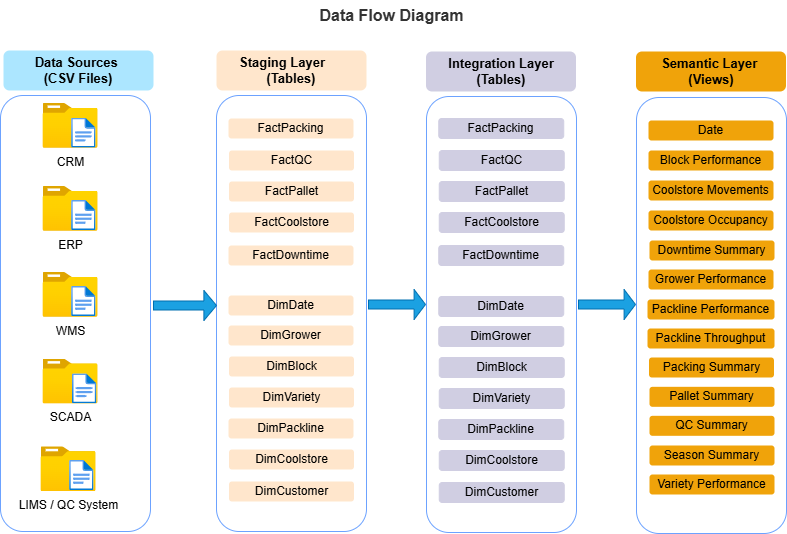
gurung-p/kiwifruit-packhouse-data-warehouse-analytics keeps this draw.io diagram as docs/packhouse-dw-data-flow-diagram.png. Above is the earlier version. Source tidied: cells renumbered, new cells last; positions are measured from the earlier drawing's top-left corner, leaving out a move shared by most shapes.
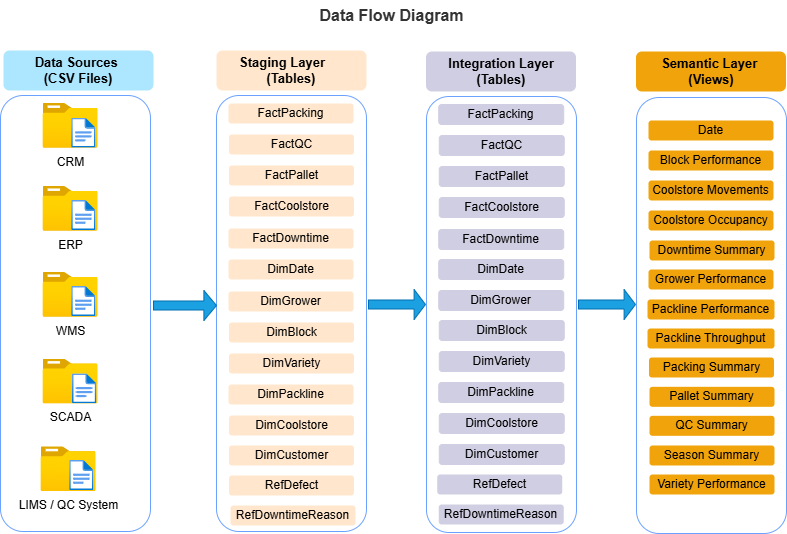
Above is the later version.

What changed in the source:
```diff
@@ -15,22 +15,22 @@
       <mxGeometry x="216" y="50" width="150" height="40" as="geometry" />
     </mxCell>
     <mxCell id="6" value="FactCoolstore" style="rounded=1;whiteSpace=wrap;html=1;fillColor=#ffe6cc;strokeColor=none;" parent="1" vertex="1">
-      <mxGeometry x="228.5" y="212" width="125" height="20" as="geometry" />
+      <mxGeometry x="228.5" y="196" width="125" height="20" as="geometry" />
     </mxCell>
     <mxCell id="7" value="FactDowntime" style="rounded=1;whiteSpace=wrap;html=1;fillColor=#ffe6cc;strokeColor=none;" parent="1" vertex="1">
-      <mxGeometry x="228" y="245" width="125" height="20" as="geometry" />
+      <mxGeometry x="228" y="228" width="125" height="20" as="geometry" />
     </mxCell>
     <mxCell id="8" value="FactPacking" style="rounded=1;whiteSpace=wrap;html=1;fillColor=#ffe6cc;strokeColor=none;" parent="1" vertex="1">
-      <mxGeometry x="228" y="118" width="125" height="20" as="geometry" />
+      <mxGeometry x="228" y="103" width="125" height="20" as="geometry" />
     </mxCell>
     <mxCell id="9" value="DimDate" style="rounded=1;whiteSpace=wrap;html=1;fillColor=#ffe6cc;strokeColor=none;" parent="1" vertex="1">
-      <mxGeometry x="228" y="295" width="125" height="20" as="geometry" />
+      <mxGeometry x="228" y="259" width="125" height="20" as="geometry" />
     </mxCell>
     <mxCell id="10" value="DimGrower" style="rounded=1;whiteSpace=wrap;html=1;fillColor=#ffe6cc;strokeColor=none;" parent="1" vertex="1">
-      <mxGeometry x="228" y="325" width="125" height="20" as="geometry" />
+      <mxGeometry x="228" y="291" width="125" height="20" as="geometry" />
     </mxCell>
     <mxCell id="11" value="DimVariety" style="rounded=1;whiteSpace=wrap;html=1;fillColor=#ffe6cc;strokeColor=none;" parent="1" vertex="1">
-      <mxGeometry x="228.5" y="387" width="125" height="20" as="geometry" />
+      <mxGeometry x="228.5" y="353" width="125" height="20" as="geometry" />
     </mxCell>
     <mxCell id="12" value="&lt;span style=&quot;font-size: 13px;&quot;&gt;Integration Layer (Tables)&lt;/span&gt;" style="rounded=1;whiteSpace=wrap;html=1;fontStyle=1;fillColor=#d0cee2;strokeColor=none;" parent="1" vertex="1">
       <mxGeometry x="425.5" y="51" width="150" height="40" as="geometry" />
@@ -84,61 +84,61 @@
       <mxGeometry x="3" y="50" width="150" height="40" as="geometry" />
     </mxCell>
     <mxCell id="29" value="FactPallet" style="rounded=1;whiteSpace=wrap;html=1;fillColor=#ffe6cc;strokeColor=none;" parent="1" vertex="1">
-      <mxGeometry x="228.5" y="181" width="125" height="20" as="geometry" />
+      <mxGeometry x="228.5" y="165" width="125" height="20" as="geometry" />
     </mxCell>
     <mxCell id="30" value="FactQC" style="rounded=1;whiteSpace=wrap;html=1;fillColor=#ffe6cc;strokeColor=none;" parent="1" vertex="1">
-      <mxGeometry x="228.5" y="150" width="125" height="20" as="geometry" />
+      <mxGeometry x="228.5" y="134" width="125" height="20" as="geometry" />
     </mxCell>
     <mxCell id="31" value="DimBlock" style="rounded=1;whiteSpace=wrap;html=1;fillColor=#ffe6cc;strokeColor=none;" parent="1" vertex="1">
-      <mxGeometry x="228.5" y="356" width="125" height="20" as="geometry" />
+      <mxGeometry x="228.5" y="322" width="125" height="20" as="geometry" />
     </mxCell>
     <mxCell id="32" style="edgeStyle=orthogonalEdgeStyle;rounded=0;orthogonalLoop=1;jettySize=auto;html=1;exitX=0.5;exitY=1;exitDx=0;exitDy=0;" parent="1" edge="1" source="31" target="31">
       <mxGeometry relative="1" as="geometry" />
     </mxCell>
     <mxCell id="33" value="DimPackline" style="rounded=1;whiteSpace=wrap;html=1;fillColor=#ffe6cc;strokeColor=none;" parent="1" vertex="1">
-      <mxGeometry x="228" y="418" width="125" height="20" as="geometry" />
+      <mxGeometry x="228" y="384" width="125" height="20" as="geometry" />
     </mxCell>
     <mxCell id="34" value="DimCoolstore" style="rounded=1;whiteSpace=wrap;html=1;fillColor=#ffe6cc;strokeColor=none;" parent="1" vertex="1">
-      <mxGeometry x="228.5" y="449" width="125" height="20" as="geometry" />
+      <mxGeometry x="228.5" y="415" width="125" height="20" as="geometry" />
     </mxCell>
     <mxCell id="35" value="DimCustomer" style="rounded=1;whiteSpace=wrap;html=1;fillColor=#ffe6cc;strokeColor=none;" parent="1" vertex="1">
-      <mxGeometry x="228.5" y="481" width="125" height="20" as="geometry" />
+      <mxGeometry x="228.5" y="445" width="125" height="20" as="geometry" />
     </mxCell>
     <mxCell id="36" value="FactCoolstore" style="rounded=1;whiteSpace=wrap;html=1;fillColor=#D0CEE2;strokeColor=#D0CEE2;" parent="1" vertex="1">
-      <mxGeometry x="438.8" y="212" width="125" height="20" as="geometry" />
+      <mxGeometry x="438.8" y="197" width="125" height="20" as="geometry" />
     </mxCell>
     <mxCell id="37" value="FactDowntime" style="rounded=1;whiteSpace=wrap;html=1;fillColor=#D0CEE2;strokeColor=#D0CEE2;" parent="1" vertex="1">
-      <mxGeometry x="438.2" y="245" width="125" height="20" as="geometry" />
+      <mxGeometry x="438.2" y="229" width="125" height="20" as="geometry" />
     </mxCell>
     <mxCell id="38" value="FactPacking" style="rounded=1;whiteSpace=wrap;html=1;fillColor=#D0CEE2;strokeColor=#D0CEE2;" parent="1" vertex="1">
-      <mxGeometry x="438.2" y="118" width="125" height="20" as="geometry" />
+      <mxGeometry x="438.2" y="104" width="125" height="20" as="geometry" />
     </mxCell>
     <mxCell id="39" value="DimDate" style="rounded=1;whiteSpace=wrap;html=1;fillColor=#D0CEE2;strokeColor=#D0CEE2;" parent="1" vertex="1">
-      <mxGeometry x="438.2" y="296" width="125" height="20" as="geometry" />
+      <mxGeometry x="438.2" y="259" width="125" height="20" as="geometry" />
     </mxCell>
     <mxCell id="40" value="DimGrower" style="rounded=1;whiteSpace=wrap;html=1;fillColor=#D0CEE2;strokeColor=#D0CEE2;" parent="1" vertex="1">
-      <mxGeometry x="438.2" y="326" width="125" height="20" as="geometry" />
+      <mxGeometry x="438.2" y="290" width="125" height="20" as="geometry" />
     </mxCell>
     <mxCell id="41" value="DimVariety" style="rounded=1;whiteSpace=wrap;html=1;fillColor=#D0CEE2;strokeColor=#D0CEE2;" parent="1" vertex="1">
-      <mxGeometry x="438.8" y="388" width="125" height="20" as="geometry" />
+      <mxGeometry x="438.8" y="351" width="125" height="20" as="geometry" />
     </mxCell>
     <mxCell id="42" value="FactPallet" style="rounded=1;whiteSpace=wrap;html=1;fillColor=#D0CEE2;strokeColor=#D0CEE2;" parent="1" vertex="1">
-      <mxGeometry x="438.8" y="181" width="125" height="20" as="geometry" />
+      <mxGeometry x="438.8" y="166" width="125" height="20" as="geometry" />
     </mxCell>
     <mxCell id="43" value="FactQC" style="rounded=1;whiteSpace=wrap;html=1;fillColor=#D0CEE2;strokeColor=#D0CEE2;" parent="1" vertex="1">
-      <mxGeometry x="438.8" y="150" width="125" height="20" as="geometry" />
+      <mxGeometry x="438.8" y="135" width="125" height="20" as="geometry" />
     </mxCell>
     <mxCell id="44" value="DimBlock" style="rounded=1;whiteSpace=wrap;html=1;fillColor=#D0CEE2;strokeColor=#D0CEE2;" parent="1" vertex="1">
-      <mxGeometry x="438.8" y="357" width="125" height="20" as="geometry" />
+      <mxGeometry x="438.8" y="320" width="125" height="20" as="geometry" />
     </mxCell>
     <mxCell id="45" value="DimPackline" style="rounded=1;whiteSpace=wrap;html=1;fillColor=#D0CEE2;strokeColor=#D0CEE2;" parent="1" vertex="1">
-      <mxGeometry x="438.2" y="419" width="125" height="20" as="geometry" />
+      <mxGeometry x="438.2" y="382" width="125" height="20" as="geometry" />
     </mxCell>
     <mxCell id="46" value="DimCoolstore" style="rounded=1;whiteSpace=wrap;html=1;fillColor=#D0CEE2;strokeColor=#D0CEE2;" parent="1" vertex="1">
-      <mxGeometry x="438.8" y="450" width="125" height="20" as="geometry" />
+      <mxGeometry x="438.8" y="413" width="125" height="20" as="geometry" />
     </mxCell>
     <mxCell id="47" value="DimCustomer" style="rounded=1;whiteSpace=wrap;html=1;fillColor=#D0CEE2;strokeColor=#D0CEE2;" parent="1" vertex="1">
-      <mxGeometry x="438.8" y="482" width="125" height="20" as="geometry" />
+      <mxGeometry x="438.8" y="444" width="125" height="20" as="geometry" />
     </mxCell>
     <mxCell id="48" value="Coolstore Occupancy" style="rounded=1;whiteSpace=wrap;html=1;fillColor=#f0a30a;strokeColor=none;fontColor=#000000;" parent="1" vertex="1">
       <mxGeometry x="648" y="210" width="125" height="20" as="geometry" />
@@ -182,5 +182,17 @@
     <mxCell id="61" style="shape=singleArrow;whiteSpace=wrap;html=1;fillColor=#1ba1e2;fontColor=#ffffff;strokeColor=#006EAF;" parent="1" vertex="1">
       <mxGeometry x="578" y="289" width="57" height="30" as="geometry" />
     </mxCell>
+    <mxCell id="62" value="RefDefect" style="rounded=1;whiteSpace=wrap;html=1;fillColor=#ffe6cc;strokeColor=none;" parent="1" vertex="1">
+      <mxGeometry x="228.5" y="475" width="125" height="20" as="geometry" />
+    </mxCell>
+    <mxCell id="63" value="RefDowntimeReason" style="rounded=1;whiteSpace=wrap;html=1;fillColor=#ffe6cc;strokeColor=none;" parent="1" vertex="1">
+      <mxGeometry x="230" y="505" width="125" height="20" as="geometry" />
+    </mxCell>
+    <mxCell id="64" value="RefDefect" style="rounded=1;whiteSpace=wrap;html=1;fillColor=#D0CEE2;strokeColor=none;" parent="1" vertex="1">
+      <mxGeometry x="436.8" y="474" width="125" height="20" as="geometry" />
+    </mxCell>
+    <mxCell id="65" value="RefDowntimeReason" style="rounded=1;whiteSpace=wrap;html=1;fillColor=#D0CEE2;strokeColor=none;" parent="1" vertex="1">
+      <mxGeometry x="438.2" y="504" width="125" height="20" as="geometry" />
+    </mxCell>
   </root>
 </mxGraphModel>
```
